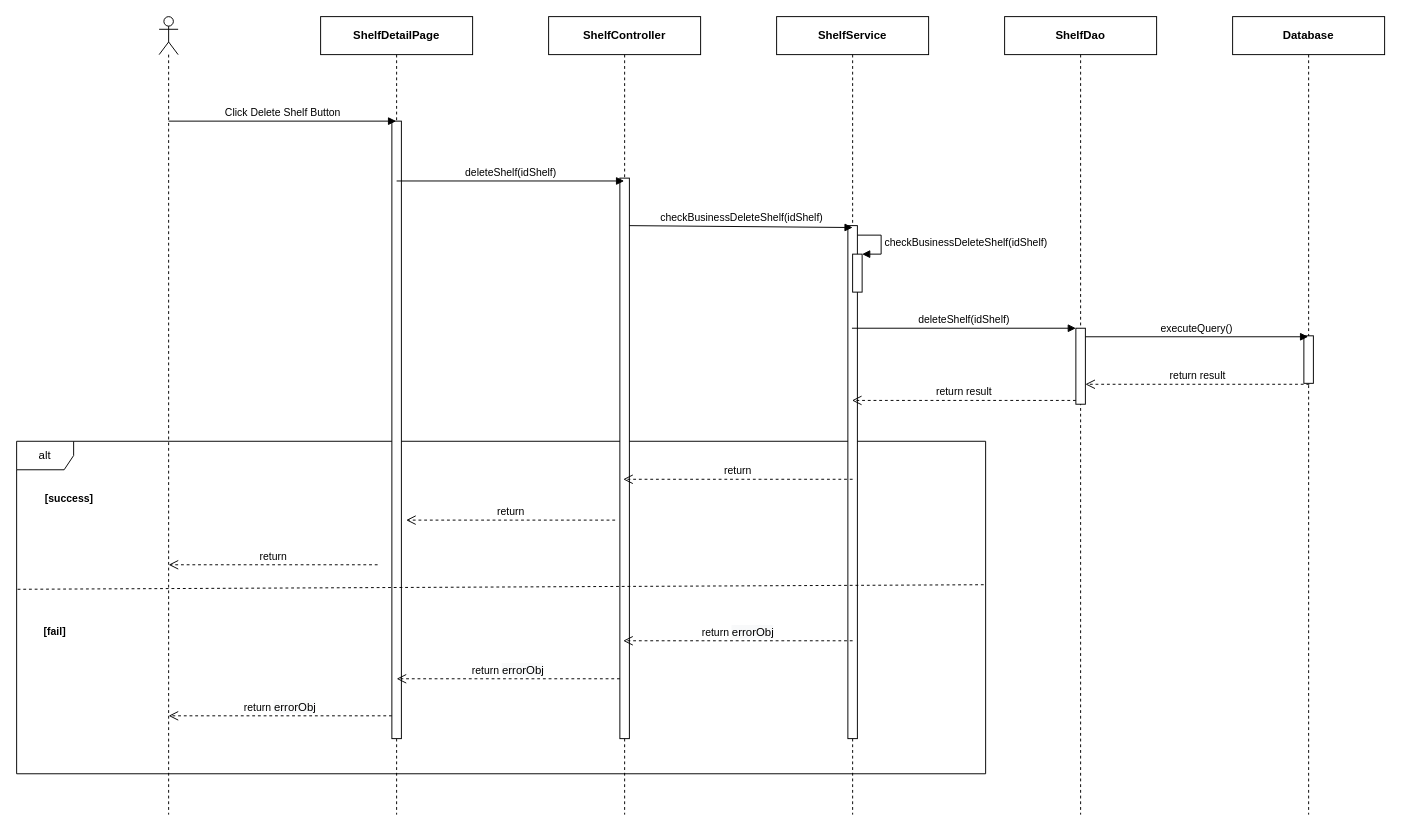
This is page "Ev04" (2 of 4) of 0. Create/Sequece/sc02/SC0201_ShelfDetail.drawio from luannmdev/CapstoneDocument, a draw.io file, before an edit. Source tidied: cells renumbered, new cells numbered last; positions are measured from the earlier drawing's top-left corner, leaving out a move shared by most shapes. Both pictures are drawn from the tidied source at 95%, with x=0, y=0 at pixel (16, 16).
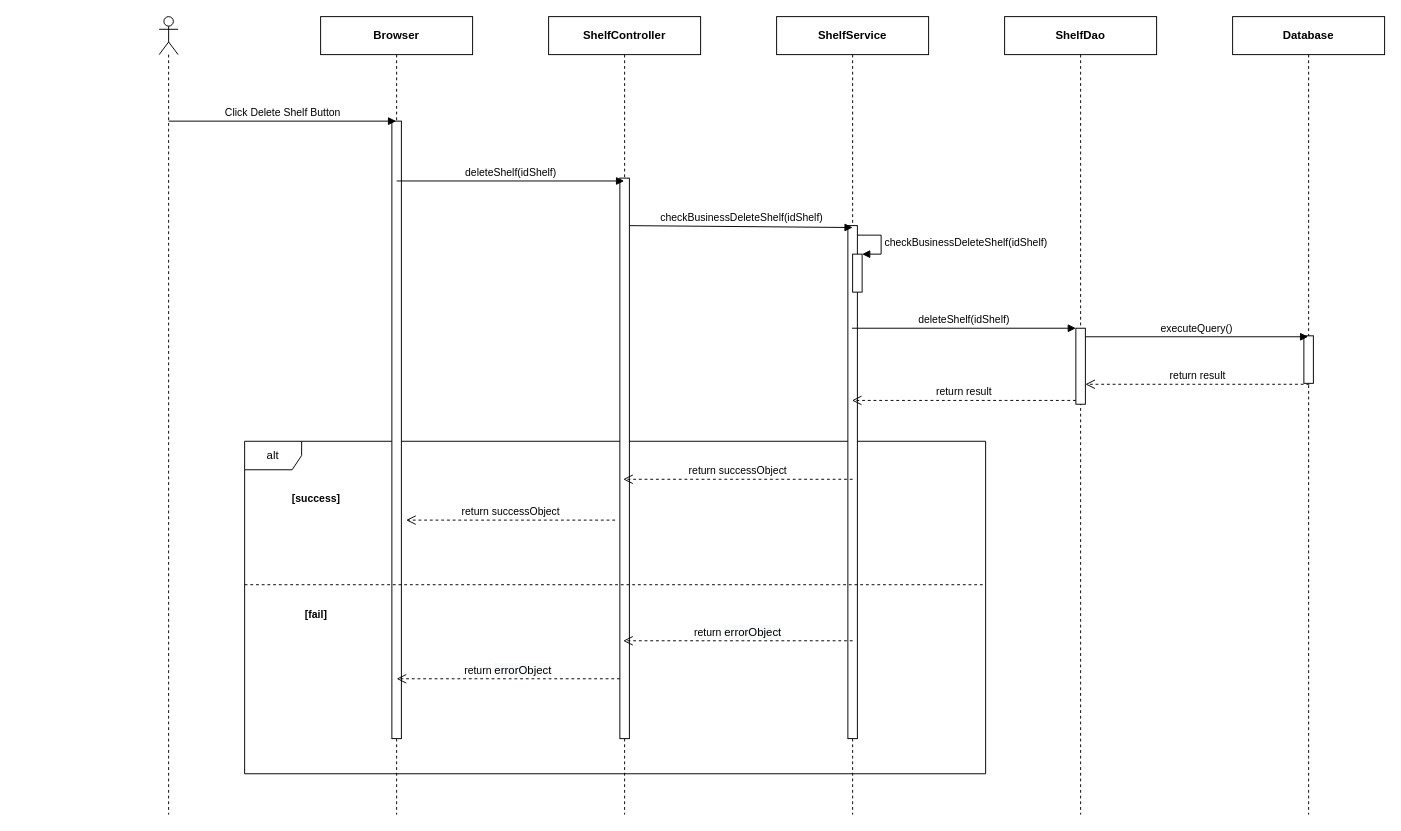
The same diagram, later.

What changed in the source:
```diff
@@
     <mxCell id="2" value="alt" style="shape=umlFrame;whiteSpace=wrap;html=1;" parent="1" vertex="1">
-      <mxGeometry y="447" width="1020" height="350" as="geometry" />
+      <mxGeometry x="240" y="447" width="780" height="350" as="geometry" />
     </mxCell>
@@
-    <mxCell id="4" value="&lt;b&gt;ShelfDetailPage&lt;/b&gt;" style="shape=umlLifeline;perimeter=lifelinePerimeter;whiteSpace=wrap;html=1;outlineConnect=0;" parent="1" vertex="1">
+    <mxCell id="4" value="&lt;b&gt;Browser&lt;/b&gt;" style="shape=umlLifeline;perimeter=lifelinePerimeter;whiteSpace=wrap;html=1;outlineConnect=0;" parent="1" vertex="1">
       <mxGeometry x="320" width="160" height="840" as="geometry" />
     </mxCell>
@@
-    <mxCell id="19" value="return&amp;nbsp;&lt;span style=&quot;font-size: 12px ; background-color: rgb(248 , 249 , 250)&quot;&gt;errorObj&lt;/span&gt;" style="html=1;verticalAlign=bottom;endArrow=open;dashed=1;endSize=8;" parent="1" edge="1">
+    <mxCell id="19" value="return&amp;nbsp;&lt;span style=&quot;font-size: 12px ; background-color: rgb(248 , 249 , 250)&quot;&gt;errorObject&lt;/span&gt;" style="html=1;verticalAlign=bottom;endArrow=open;dashed=1;endSize=8;" parent="1" edge="1">
       <mxGeometry relative="1" as="geometry">
         <mxPoint x="635" y="697" as="sourcePoint" />
         <mxPoint x="400" y="697" as="targetPoint" />
       </mxGeometry>
     </mxCell>
-    <mxCell id="20" value="return" style="html=1;verticalAlign=bottom;endArrow=open;dashed=1;endSize=8;" parent="1" edge="1">
+    <mxCell id="20" value="return successObject" style="html=1;verticalAlign=bottom;endArrow=open;dashed=1;endSize=8;" parent="1" edge="1">
       <mxGeometry relative="1" as="geometry">
         <mxPoint x="880" y="487" as="sourcePoint" />
         <mxPoint x="638.5" y="487" as="targetPoint" />
       </mxGeometry>
     </mxCell>
-    <mxCell id="21" value="return&amp;nbsp;&lt;span style=&quot;font-size: 12px ; background-color: rgb(248 , 249 , 250)&quot;&gt;errorObj&lt;/span&gt;" style="html=1;verticalAlign=bottom;endArrow=open;dashed=1;endSize=8;" parent="1" edge="1">
+    <mxCell id="21" value="return&amp;nbsp;&lt;span style=&quot;font-size: 12px ; background-color: rgb(248 , 249 , 250)&quot;&gt;errorObject&lt;/span&gt;" style="html=1;verticalAlign=bottom;endArrow=open;dashed=1;endSize=8;" parent="1" edge="1">
       <mxGeometry relative="1" as="geometry">
         <mxPoint x="880" y="657" as="sourcePoint" />
         <mxPoint x="638.5" y="657" as="targetPoint" />
       </mxGeometry>
     </mxCell>
-    <mxCell id="22" style="endArrow=none;dashed=1;html=1;exitX=0.001;exitY=0.471;exitDx=0;exitDy=0;exitPerimeter=0;" parent="1" edge="1">
+    <mxCell id="22" style="endArrow=none;dashed=1;html=1;" parent="1" edge="1">
       <mxGeometry relative="1" as="geometry">
-        <mxPoint x="1" y="602.8" as="sourcePoint" />
+        <mxPoint x="240" y="598" as="sourcePoint" />
         <mxPoint x="1020" y="598" as="targetPoint" />
       </mxGeometry>
     </mxCell>
@@
-    <mxCell id="27" value="return" style="html=1;verticalAlign=bottom;endArrow=open;dashed=1;endSize=8;" parent="1" edge="1">
+    <mxCell id="27" value="return successObject" style="html=1;verticalAlign=bottom;endArrow=open;dashed=1;endSize=8;" parent="1" edge="1">
       <mxGeometry relative="1" as="geometry">
         <mxPoint x="630" y="530" as="sourcePoint" />
         <mxPoint x="410" y="530" as="targetPoint" />
       </mxGeometry>
     </mxCell>
-    <mxCell id="28" value="return" style="html=1;verticalAlign=bottom;endArrow=open;dashed=1;endSize=8;" parent="1" edge="1">
-      <mxGeometry relative="1" as="geometry">
-        <mxPoint x="380" y="577" as="sourcePoint" />
-        <mxPoint x="160" y="577" as="targetPoint" />
-      </mxGeometry>
-    </mxCell>
-    <mxCell id="29" value="return&amp;nbsp;&lt;span style=&quot;font-size: 12px ; background-color: rgb(248 , 249 , 250)&quot;&gt;errorObj&lt;/span&gt;" style="html=1;verticalAlign=bottom;endArrow=open;dashed=1;endSize=8;" parent="1" edge="1">
-      <mxGeometry relative="1" as="geometry">
-        <mxPoint x="395" y="736" as="sourcePoint" />
-        <mxPoint x="160" y="736" as="targetPoint" />
-      </mxGeometry>
-    </mxCell>
     <mxCell id="30" value="&lt;span style=&quot;font-size: 11px ; background-color: rgb(255 , 255 , 255)&quot;&gt;&lt;b&gt;[success]&lt;/b&gt;&lt;/span&gt;" style="text;html=1;align=center;verticalAlign=middle;" parent="1" vertex="1">
-      <mxGeometry x="20" y="497" width="70" height="20" as="geometry" />
+      <mxGeometry x="280" y="497" width="70" height="20" as="geometry" />
     </mxCell>
     <mxCell id="31" value="&lt;span style=&quot;font-size: 11px ; background-color: rgb(255 , 255 , 255)&quot;&gt;&lt;b&gt;[fail]&lt;/b&gt;&lt;/span&gt;" style="text;html=1;align=center;verticalAlign=middle;" parent="1" vertex="1">
-      <mxGeometry x="20" y="637" width="40" height="20" as="geometry" />
+      <mxGeometry x="295" y="620" width="40" height="20" as="geometry" />
     </mxCell>
```
